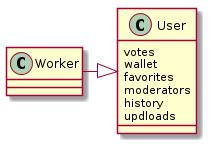
This is img/user-class.png from wetube/bitcloud, a PlantUML export, as it was before one commit.
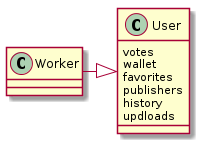
The same diagram one commit later.

Change to the diagram source:
```diff
@@ -3,7 +3,7 @@
      votes
       wallet
       favorites
-      moderators
+      publishers
       history
       updloads
 }
```
